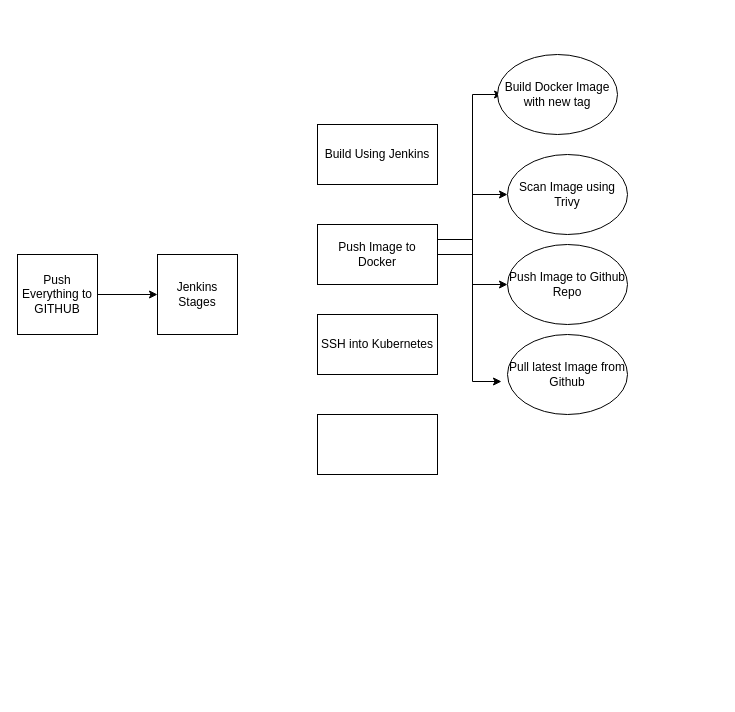
This is Untitled Diagram.drawio from saikiranify/springboot-with-docker, a draw.io file, before an edit. Source tidied: cells renumbered, new cells numbered last; positions are measured from the earlier drawing's top-left corner, leaving out a move shared by most shapes. Both pictures are drawn from the tidied source at 100%, with x=0, y=0 at pixel (17, 54).
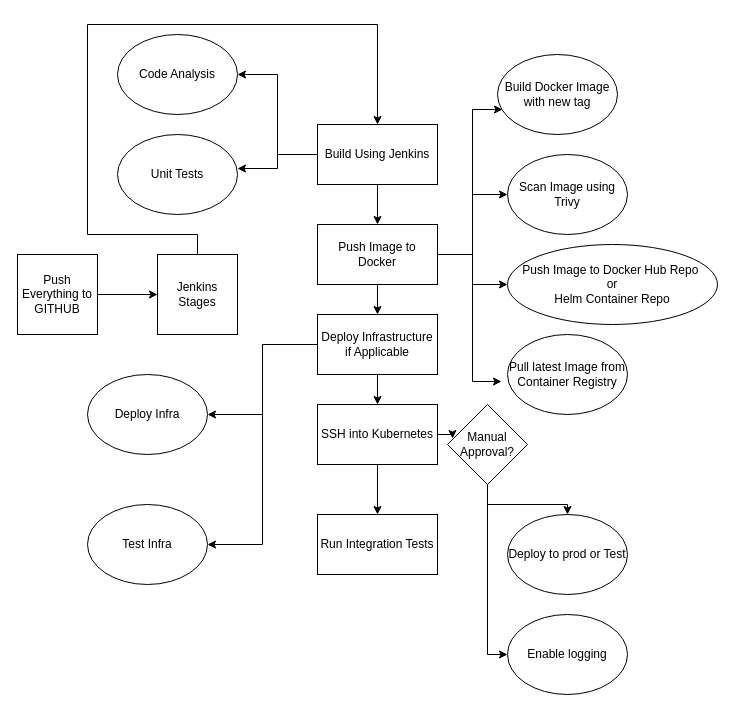
After the change.

Unchanged cells that the change refers to:
```xml
<mxCell id="2" value="Jenkins Stages" style="whiteSpace=wrap;html=1;" parent="1" vertex="1">
  <mxGeometry x="140" y="200" width="80" height="80" as="geometry" />
</mxCell>
<mxCell id="5" value="Build Using Jenkins" style="rounded=0;whiteSpace=wrap;html=1;" parent="1" vertex="1">
  <mxGeometry x="300" y="70" width="120" height="60" as="geometry" />
</mxCell>
<mxCell id="10" value="Push Image to Docker" style="rounded=0;whiteSpace=wrap;html=1;" parent="1" vertex="1">
  <mxGeometry x="300" y="170" width="120" height="60" as="geometry" />
</mxCell>
```

Change to the diagram source:
```diff
@@
+    <mxCell id="17" style="edgeStyle=orthogonalEdgeStyle;rounded=0;jettySize=auto;html=1;exitX=0.5;exitY=0;exitDx=0;exitDy=0;entryX=0.5;entryY=0;entryDx=0;entryDy=0;" parent="1" edge="1" source="2" target="5">
+      <mxGeometry relative="1" as="geometry">
+        <Array as="points">
+          <mxPoint x="180" y="180" />
+          <mxPoint x="70" y="180" />
+          <mxPoint x="70" y="-30" />
+          <mxPoint x="360" y="-30" />
+        </Array>
+      </mxGeometry>
+    </mxCell>
@@
+    <mxCell id="18" style="edgeStyle=orthogonalEdgeStyle;rounded=0;jettySize=auto;html=1;exitX=0;exitY=0.5;exitDx=0;exitDy=0;entryX=1;entryY=0.5;entryDx=0;entryDy=0;" parent="1" edge="1" source="5" target="24">
+      <mxGeometry relative="1" as="geometry" />
+    </mxCell>
+    <mxCell id="19" style="edgeStyle=orthogonalEdgeStyle;rounded=0;jettySize=auto;html=1;exitX=0;exitY=0.75;exitDx=0;exitDy=0;entryX=1;entryY=0.425;entryDx=0;entryDy=0;entryPerimeter=0;" parent="1" edge="1" source="5" target="25">
+      <mxGeometry relative="1" as="geometry">
+        <Array as="points">
+          <mxPoint x="300" y="100" />
+          <mxPoint x="260" y="100" />
+          <mxPoint x="260" y="114" />
+        </Array>
+      </mxGeometry>
+    </mxCell>
+    <mxCell id="20" style="edgeStyle=orthogonalEdgeStyle;rounded=0;jettySize=auto;html=1;exitX=0.5;exitY=1;exitDx=0;exitDy=0;" parent="1" edge="1" source="5" target="10">
+      <mxGeometry relative="1" as="geometry" />
+    </mxCell>
@@
     <mxCell id="9" style="edgeStyle=orthogonalEdgeStyle;rounded=0;orthogonalLoop=1;jettySize=auto;html=1;exitX=1;exitY=0.25;exitDx=0;exitDy=0;entryX=0;entryY=0.5;entryDx=0;entryDy=0;" parent="1" edge="1">
       <mxGeometry relative="1" as="geometry">
-        <mxPoint x="374" y="185" as="sourcePoint" />
-        <mxPoint x="485" y="40" as="targetPoint" />
+        <mxPoint x="374" y="200" as="sourcePoint" />
+        <mxPoint x="485" y="55" as="targetPoint" />
         <Array as="points">
-          <mxPoint x="455" y="185" />
-          <mxPoint x="455" y="40" />
+          <mxPoint x="455" y="200" />
+          <mxPoint x="455" y="55" />
         </Array>
       </mxGeometry>
     </mxCell>
+    <mxCell id="21" style="edgeStyle=orthogonalEdgeStyle;rounded=0;jettySize=auto;html=1;exitX=0.5;exitY=1;exitDx=0;exitDy=0;entryX=0.5;entryY=0;entryDx=0;entryDy=0;" parent="1" edge="1" source="10" target="29">
+      <mxGeometry relative="1" as="geometry" />
+    </mxCell>
@@
+    <mxCell id="22" style="edgeStyle=orthogonalEdgeStyle;rounded=0;jettySize=auto;html=1;exitX=0.5;exitY=1;exitDx=0;exitDy=0;" parent="1" edge="1" source="11" target="12">
+      <mxGeometry relative="1" as="geometry" />
+    </mxCell>
+    <mxCell id="23" style="edgeStyle=orthogonalEdgeStyle;rounded=0;jettySize=auto;html=1;exitX=1;exitY=0.5;exitDx=0;exitDy=0;entryX=0.063;entryY=0.425;entryDx=0;entryDy=0;entryPerimeter=0;" parent="1" edge="1" source="11" target="36">
+      <mxGeometry relative="1" as="geometry" />
+    </mxCell>
     <mxCell id="11" value="SSH into Kubernetes" style="rounded=0;whiteSpace=wrap;html=1;" parent="1" vertex="1">
-      <mxGeometry x="300" y="260" width="120" height="60" as="geometry" />
+      <mxGeometry x="300" y="350" width="120" height="60" as="geometry" />
     </mxCell>
-    <mxCell id="12" style="rounded=0;whiteSpace=wrap;html=1;" parent="1" vertex="1">
-      <mxGeometry x="300" y="360" width="120" height="60" as="geometry" />
+    <mxCell id="12" value="Run Integration Tests" style="rounded=0;whiteSpace=wrap;html=1;" parent="1" vertex="1">
+      <mxGeometry x="300" y="460" width="120" height="60" as="geometry" />
     </mxCell>
@@
-    <mxCell id="14" value="Push Image to Github Repo" style="ellipse;whiteSpace=wrap;html=1;" parent="1" vertex="1">
-      <mxGeometry x="490" y="190" width="120" height="80" as="geometry" />
+    <mxCell id="14" value="Push Image to Docker Hub Repo&amp;nbsp;&lt;br&gt;or&lt;br&gt;Helm Container Repo" style="ellipse;whiteSpace=wrap;html=1;" parent="1" vertex="1">
+      <mxGeometry x="490" y="190" width="210" height="80" as="geometry" />
     </mxCell>
-    <mxCell id="15" value="Pull latest Image from Github" style="ellipse;whiteSpace=wrap;html=1;" parent="1" vertex="1">
+    <mxCell id="15" value="Pull latest Image from Container Registry" style="ellipse;whiteSpace=wrap;html=1;" parent="1" vertex="1">
       <mxGeometry x="490" y="280" width="120" height="80" as="geometry" />
     </mxCell>
@@
+    <mxCell id="24" value="Code Analysis" style="ellipse;whiteSpace=wrap;html=1;" parent="1" vertex="1">
+      <mxGeometry x="100" y="-20" width="120" height="80" as="geometry" />
+    </mxCell>
+    <mxCell id="25" value="Unit Tests" style="ellipse;whiteSpace=wrap;html=1;" parent="1" vertex="1">
+      <mxGeometry x="100" y="80" width="120" height="80" as="geometry" />
+    </mxCell>
+    <mxCell id="26" style="edgeStyle=orthogonalEdgeStyle;rounded=0;jettySize=auto;html=1;exitX=0;exitY=0.5;exitDx=0;exitDy=0;entryX=1;entryY=0.5;entryDx=0;entryDy=0;" parent="1" edge="1" source="29" target="30">
+      <mxGeometry relative="1" as="geometry" />
+    </mxCell>
+    <mxCell id="27" style="edgeStyle=orthogonalEdgeStyle;rounded=0;jettySize=auto;html=1;exitX=0;exitY=0.75;exitDx=0;exitDy=0;entryX=1;entryY=0.5;entryDx=0;entryDy=0;" parent="1" edge="1" source="29" target="31">
+      <mxGeometry relative="1" as="geometry">
+        <Array as="points">
+          <mxPoint x="300" y="290" />
+          <mxPoint x="245" y="290" />
+          <mxPoint x="245" y="490" />
+        </Array>
+      </mxGeometry>
+    </mxCell>
+    <mxCell id="28" style="edgeStyle=orthogonalEdgeStyle;rounded=0;jettySize=auto;html=1;exitX=0.5;exitY=1;exitDx=0;exitDy=0;" parent="1" edge="1" source="29" target="11">
+      <mxGeometry relative="1" as="geometry" />
+    </mxCell>
+    <mxCell id="29" value="Deploy Infrastructure if Applicable" style="rounded=0;whiteSpace=wrap;html=1;" parent="1" vertex="1">
+      <mxGeometry x="300" y="260" width="120" height="60" as="geometry" />
+    </mxCell>
+    <mxCell id="30" value="Deploy Infra" style="ellipse;whiteSpace=wrap;html=1;" parent="1" vertex="1">
+      <mxGeometry x="70" y="320" width="120" height="80" as="geometry" />
+    </mxCell>
+    <mxCell id="31" value="Test Infra" style="ellipse;whiteSpace=wrap;html=1;" parent="1" vertex="1">
+      <mxGeometry x="70" y="450" width="120" height="80" as="geometry" />
+    </mxCell>
+    <mxCell id="32" value="Deploy to prod or Test" style="ellipse;whiteSpace=wrap;html=1;" parent="1" vertex="1">
+      <mxGeometry x="490" y="460" width="120" height="80" as="geometry" />
+    </mxCell>
+    <mxCell id="33" value="Enable logging" style="ellipse;whiteSpace=wrap;html=1;" parent="1" vertex="1">
+      <mxGeometry x="490" y="560" width="120" height="80" as="geometry" />
+    </mxCell>
+    <mxCell id="34" style="edgeStyle=orthogonalEdgeStyle;rounded=0;jettySize=auto;html=1;exitX=0.5;exitY=1;exitDx=0;exitDy=0;entryX=0.5;entryY=0;entryDx=0;entryDy=0;" parent="1" edge="1" source="36" target="32">
+      <mxGeometry relative="1" as="geometry">
+        <Array as="points">
+          <mxPoint x="470" y="450" />
+          <mxPoint x="550" y="450" />
+        </Array>
+      </mxGeometry>
+    </mxCell>
+    <mxCell id="35" style="edgeStyle=orthogonalEdgeStyle;rounded=0;jettySize=auto;html=1;entryX=0;entryY=0.5;entryDx=0;entryDy=0;" parent="1" edge="1" source="36" target="33">
+      <mxGeometry relative="1" as="geometry" />
+    </mxCell>
+    <mxCell id="36" value="Manual Approval?" style="rhombus;whiteSpace=wrap;html=1;" parent="1" vertex="1">
+      <mxGeometry x="430" y="350" width="80" height="80" as="geometry" />
+    </mxCell>
```
